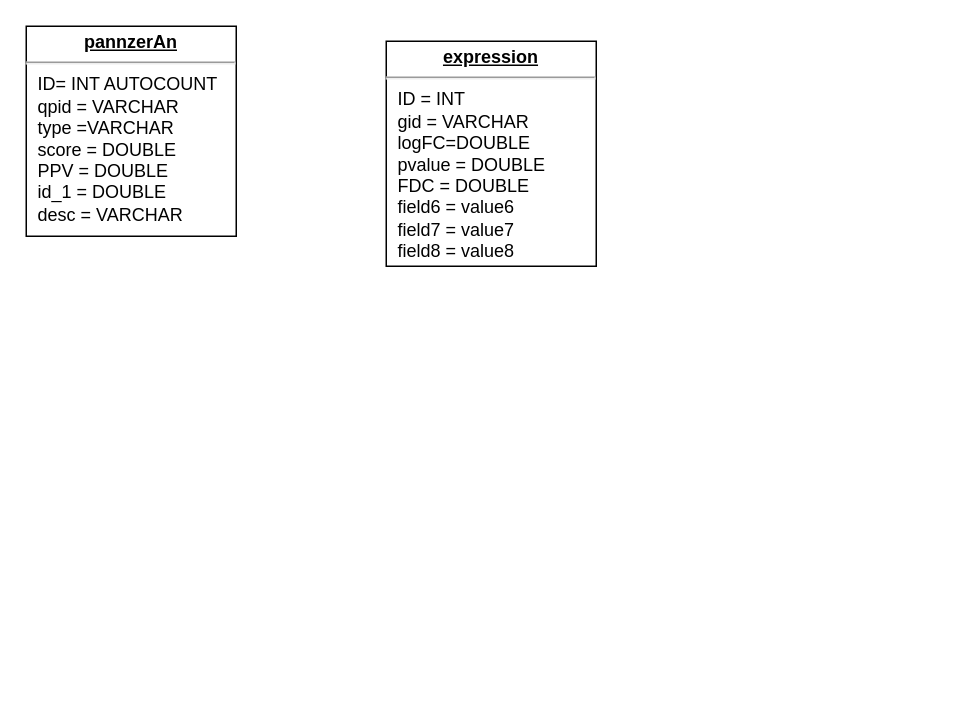
cpatarroyo/transcriptDB keeps this draw.io diagram as transcriptDB.drawio. Above is the earlier version. Source tidied: cells renumbered, new cells numbered last; positions are measured from the earlier drawing's top-left corner, leaving out a move shared by most shapes. Both pictures are drawn from the tidied source at 150%, with x=0, y=0 at pixel (26, 26).
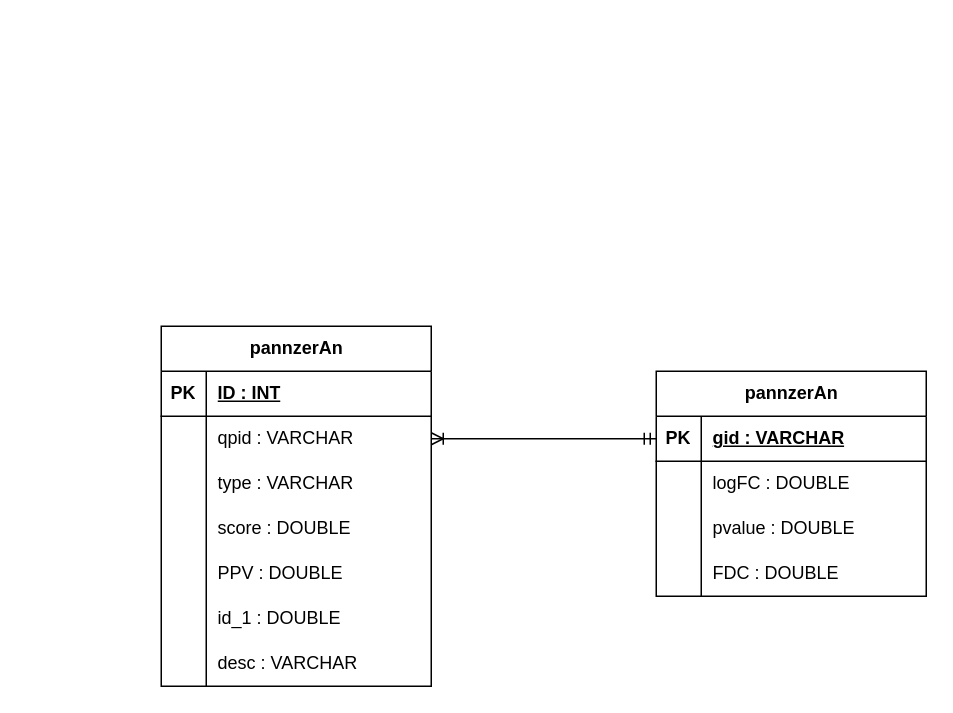
Above is the later version.

The edit, as a diff of the source:
```diff
@@
-    <mxCell id="2" value="&lt;p style=&quot;margin: 4px 0px 0px; text-align: center; text-decoration: underline;&quot;&gt;&lt;b&gt;pannzerAn&lt;/b&gt;&lt;br&gt;&lt;/p&gt;&lt;hr&gt;&lt;p style=&quot;margin: 0px ; margin-left: 8px&quot;&gt;ID= INT AUTOCOUNT&lt;br&gt;qpid = VARCHAR&lt;br&gt;type =VARCHAR&lt;/p&gt;&lt;p style=&quot;margin: 0px ; margin-left: 8px&quot;&gt;score = DOUBLE&lt;br&gt;&lt;/p&gt;&lt;p style=&quot;margin: 0px ; margin-left: 8px&quot;&gt;PPV = DOUBLE&lt;br&gt;&lt;/p&gt;&lt;p style=&quot;margin: 0px ; margin-left: 8px&quot;&gt;id_1 = DOUBLE&lt;br&gt;&lt;/p&gt;&lt;p style=&quot;margin: 0px ; margin-left: 8px&quot;&gt;desc = VARCHAR&lt;br&gt;&lt;/p&gt;" style="verticalAlign=top;align=left;overflow=fill;fontSize=12;fontFamily=Helvetica;html=1;rounded=0;shadow=0;comic=0;labelBackgroundColor=none;strokeWidth=1;" parent="1" vertex="1">
-      <mxGeometry width="140" height="140" as="geometry" />
-    </mxCell>
-    <mxCell id="3" value="&lt;p style=&quot;margin: 4px 0px 0px; text-align: center; text-decoration: underline;&quot;&gt;&lt;b&gt;expression&lt;/b&gt;&lt;br&gt;&lt;/p&gt;&lt;hr&gt;&lt;p style=&quot;margin: 0px ; margin-left: 8px&quot;&gt;ID = INT &lt;br&gt;gid = VARCHAR&lt;br&gt;logFC=DOUBLE &lt;br&gt;&lt;/p&gt;&lt;p style=&quot;margin: 0px ; margin-left: 8px&quot;&gt;pvalue = DOUBLE&lt;br&gt;&lt;/p&gt;&lt;p style=&quot;margin: 0px ; margin-left: 8px&quot;&gt;FDC = DOUBLE&lt;br&gt;&lt;/p&gt;&lt;p style=&quot;margin: 0px ; margin-left: 8px&quot;&gt;field6 = value6&lt;br&gt;&lt;/p&gt;&lt;p style=&quot;margin: 0px ; margin-left: 8px&quot;&gt;field7 = value7&lt;br&gt;&lt;/p&gt;&lt;p style=&quot;margin: 0px ; margin-left: 8px&quot;&gt;field8 = value8&lt;/p&gt;" style="verticalAlign=top;align=left;overflow=fill;fontSize=12;fontFamily=Helvetica;html=1;rounded=0;shadow=0;comic=0;labelBackgroundColor=none;strokeWidth=1;" parent="1" vertex="1">
-      <mxGeometry x="240" y="10" width="140" height="150" as="geometry" />
-    </mxCell>
+    <mxCell id="4" style="edgeStyle=entityRelationEdgeStyle;fontSize=12;html=1;endArrow=ERoneToMany;startArrow=ERmandOne;rounded=0;" parent="1" edge="1" source="28" target="9">
+      <mxGeometry relative="1" as="geometry" />
+    </mxCell>
+    <mxCell id="5" value="pannzerAn" style="shape=table;startSize=30;childLayout=tableLayout;rowLines=0;fontStyle=1;align=center;html=1;" parent="1" vertex="1">
+      <mxGeometry x="90" y="200" width="180" height="240" as="geometry" />
+    </mxCell>
+    <mxCell id="6" style="shape=tableRow;horizontal=0;startSize=0;swimlaneHead=0;swimlaneBody=0;fillColor=none;top=0;left=0;right=0;bottom=1;" parent="5" vertex="1">
+      <mxGeometry y="30" width="180" height="30" as="geometry" />
+    </mxCell>
+    <mxCell id="7" value="PK" style="shape=partialRectangle;fillColor=none;top=0;left=0;bottom=0;right=0;fontStyle=1;overflow=hidden;whiteSpace=wrap;html=1;" parent="6" vertex="1">
+      <mxGeometry width="30" height="30" as="geometry" />
+    </mxCell>
+    <mxCell id="8" value="ID : INT" style="shape=partialRectangle;fillColor=none;top=0;left=0;bottom=0;right=0;align=left;spacingLeft=6;fontStyle=5;overflow=hidden;whiteSpace=wrap;html=1;" parent="6" vertex="1">
+      <mxGeometry x="30" width="150" height="30" as="geometry" />
+    </mxCell>
+    <mxCell id="9" style="shape=tableRow;horizontal=0;startSize=0;swimlaneHead=0;swimlaneBody=0;fillColor=none;points=[[0,0.5],[1,0.5]];portConstraint=eastwest;top=0;left=0;right=0;bottom=0;" parent="5" vertex="1">
+      <mxGeometry y="60" width="180" height="30" as="geometry" />
+    </mxCell>
+    <mxCell id="10" style="shape=partialRectangle;fillColor=none;top=0;left=0;bottom=0;right=0;overflow=hidden;whiteSpace=wrap;html=1;" parent="9" vertex="1">
+      <mxGeometry width="30" height="30" as="geometry" />
+    </mxCell>
+    <mxCell id="11" value="qpid : VARCHAR" style="shape=partialRectangle;fillColor=none;top=0;left=0;bottom=0;right=0;align=left;spacingLeft=6;overflow=hidden;whiteSpace=wrap;html=1;" parent="9" vertex="1">
+      <mxGeometry x="30" width="150" height="30" as="geometry" />
+    </mxCell>
+    <mxCell id="12" style="shape=tableRow;horizontal=0;startSize=0;swimlaneHead=0;swimlaneBody=0;fillColor=none;top=0;left=0;right=0;bottom=0;" parent="5" vertex="1">
+      <mxGeometry y="90" width="180" height="30" as="geometry" />
+    </mxCell>
+    <mxCell id="13" style="shape=partialRectangle;fillColor=none;top=0;left=0;bottom=0;right=0;overflow=hidden;whiteSpace=wrap;html=1;" parent="12" vertex="1">
+      <mxGeometry width="30" height="30" as="geometry" />
+    </mxCell>
+    <mxCell id="14" value="type : VARCHAR" style="shape=partialRectangle;fillColor=none;top=0;left=0;bottom=0;right=0;align=left;spacingLeft=6;overflow=hidden;whiteSpace=wrap;html=1;" parent="12" vertex="1">
+      <mxGeometry x="30" width="150" height="30" as="geometry" />
+    </mxCell>
+    <mxCell id="15" style="shape=tableRow;horizontal=0;startSize=0;swimlaneHead=0;swimlaneBody=0;fillColor=none;top=0;left=0;right=0;bottom=0;" parent="5" vertex="1">
+      <mxGeometry y="120" width="180" height="30" as="geometry" />
+    </mxCell>
+    <mxCell id="16" style="shape=partialRectangle;fillColor=none;top=0;left=0;bottom=0;right=0;overflow=hidden;whiteSpace=wrap;html=1;" parent="15" vertex="1">
+      <mxGeometry width="30" height="30" as="geometry" />
+    </mxCell>
+    <mxCell id="17" value="score : DOUBLE" style="shape=partialRectangle;fillColor=none;top=0;left=0;bottom=0;right=0;align=left;spacingLeft=6;overflow=hidden;whiteSpace=wrap;html=1;" parent="15" vertex="1">
+      <mxGeometry x="30" width="150" height="30" as="geometry" />
+    </mxCell>
+    <mxCell id="18" style="shape=tableRow;horizontal=0;startSize=0;swimlaneHead=0;swimlaneBody=0;fillColor=none;top=0;left=0;right=0;bottom=0;" parent="5" vertex="1">
+      <mxGeometry y="150" width="180" height="30" as="geometry" />
+    </mxCell>
+    <mxCell id="19" style="shape=partialRectangle;fillColor=none;top=0;left=0;bottom=0;right=0;overflow=hidden;whiteSpace=wrap;html=1;" parent="18" vertex="1">
+      <mxGeometry width="30" height="30" as="geometry" />
+    </mxCell>
+    <mxCell id="20" value="PPV : DOUBLE" style="shape=partialRectangle;fillColor=none;top=0;left=0;bottom=0;right=0;align=left;spacingLeft=6;overflow=hidden;whiteSpace=wrap;html=1;" parent="18" vertex="1">
+      <mxGeometry x="30" width="150" height="30" as="geometry" />
+    </mxCell>
+    <mxCell id="21" style="shape=tableRow;horizontal=0;startSize=0;swimlaneHead=0;swimlaneBody=0;fillColor=none;top=0;left=0;right=0;bottom=0;" parent="5" vertex="1">
+      <mxGeometry y="180" width="180" height="30" as="geometry" />
+    </mxCell>
+    <mxCell id="22" style="shape=partialRectangle;fillColor=none;top=0;left=0;bottom=0;right=0;overflow=hidden;whiteSpace=wrap;html=1;" parent="21" vertex="1">
+      <mxGeometry width="30" height="30" as="geometry" />
+    </mxCell>
+    <mxCell id="23" value="id_1 : DOUBLE" style="shape=partialRectangle;fillColor=none;top=0;left=0;bottom=0;right=0;align=left;spacingLeft=6;overflow=hidden;whiteSpace=wrap;html=1;" parent="21" vertex="1">
+      <mxGeometry x="30" width="150" height="30" as="geometry" />
+    </mxCell>
+    <mxCell id="24" style="shape=tableRow;horizontal=0;startSize=0;swimlaneHead=0;swimlaneBody=0;fillColor=none;top=0;left=0;right=0;bottom=0;" parent="5" vertex="1">
+      <mxGeometry y="210" width="180" height="30" as="geometry" />
+    </mxCell>
+    <mxCell id="25" style="shape=partialRectangle;fillColor=none;top=0;left=0;bottom=0;right=0;overflow=hidden;whiteSpace=wrap;html=1;" parent="24" vertex="1">
+      <mxGeometry width="30" height="30" as="geometry" />
+    </mxCell>
+    <mxCell id="26" value="desc : VARCHAR" style="shape=partialRectangle;fillColor=none;top=0;left=0;bottom=0;right=0;align=left;spacingLeft=6;overflow=hidden;whiteSpace=wrap;html=1;" parent="24" vertex="1">
+      <mxGeometry x="30" width="150" height="30" as="geometry" />
+    </mxCell>
+    <mxCell id="27" value="pannzerAn" style="shape=table;startSize=30;childLayout=tableLayout;rowLines=0;fontStyle=1;align=center;html=1;" parent="1" vertex="1">
+      <mxGeometry x="420" y="230" width="180" height="150" as="geometry" />
+    </mxCell>
+    <mxCell id="28" style="shape=tableRow;horizontal=0;startSize=0;swimlaneHead=0;swimlaneBody=0;fillColor=none;points=[[0,0.5],[1,0.5]];portConstraint=eastwest;top=0;left=0;right=0;bottom=1;" parent="27" vertex="1">
+      <mxGeometry y="30" width="180" height="30" as="geometry" />
+    </mxCell>
+    <mxCell id="29" value="PK" style="shape=partialRectangle;fillColor=none;top=0;left=0;bottom=0;right=0;fontStyle=1;overflow=hidden;whiteSpace=wrap;html=1;" parent="28" vertex="1">
+      <mxGeometry width="30" height="30" as="geometry" />
+    </mxCell>
+    <mxCell id="30" value="gid : VARCHAR" style="shape=partialRectangle;fillColor=none;top=0;left=0;bottom=0;right=0;align=left;spacingLeft=6;fontStyle=5;overflow=hidden;whiteSpace=wrap;html=1;" parent="28" vertex="1">
+      <mxGeometry x="30" width="150" height="30" as="geometry" />
+    </mxCell>
+    <mxCell id="31" style="shape=tableRow;horizontal=0;startSize=0;swimlaneHead=0;swimlaneBody=0;fillColor=none;top=0;left=0;right=0;bottom=0;" parent="27" vertex="1">
+      <mxGeometry y="60" width="180" height="30" as="geometry" />
+    </mxCell>
+    <mxCell id="32" style="shape=partialRectangle;fillColor=none;top=0;left=0;bottom=0;right=0;overflow=hidden;whiteSpace=wrap;html=1;" parent="31" vertex="1">
+      <mxGeometry width="30" height="30" as="geometry" />
+    </mxCell>
+    <mxCell id="33" value="logFC : DOUBLE" style="shape=partialRectangle;fillColor=none;top=0;left=0;bottom=0;right=0;align=left;spacingLeft=6;overflow=hidden;whiteSpace=wrap;html=1;" parent="31" vertex="1">
+      <mxGeometry x="30" width="150" height="30" as="geometry" />
+    </mxCell>
+    <mxCell id="34" style="shape=tableRow;horizontal=0;startSize=0;swimlaneHead=0;swimlaneBody=0;fillColor=none;top=0;left=0;right=0;bottom=0;" parent="27" vertex="1">
+      <mxGeometry y="90" width="180" height="30" as="geometry" />
+    </mxCell>
+    <mxCell id="35" style="shape=partialRectangle;fillColor=none;top=0;left=0;bottom=0;right=0;overflow=hidden;whiteSpace=wrap;html=1;" parent="34" vertex="1">
+      <mxGeometry width="30" height="30" as="geometry" />
+    </mxCell>
+    <mxCell id="36" value="pvalue : DOUBLE" style="shape=partialRectangle;fillColor=none;top=0;left=0;bottom=0;right=0;align=left;spacingLeft=6;overflow=hidden;whiteSpace=wrap;html=1;" parent="34" vertex="1">
+      <mxGeometry x="30" width="150" height="30" as="geometry" />
+    </mxCell>
+    <mxCell id="37" style="shape=tableRow;horizontal=0;startSize=0;swimlaneHead=0;swimlaneBody=0;fillColor=none;top=0;left=0;right=0;bottom=0;" parent="27" vertex="1">
+      <mxGeometry y="120" width="180" height="30" as="geometry" />
+    </mxCell>
+    <mxCell id="38" style="shape=partialRectangle;fillColor=none;top=0;left=0;bottom=0;right=0;overflow=hidden;whiteSpace=wrap;html=1;" parent="37" vertex="1">
+      <mxGeometry width="30" height="30" as="geometry" />
+    </mxCell>
+    <mxCell id="39" value="FDC : DOUBLE" style="shape=partialRectangle;fillColor=none;top=0;left=0;bottom=0;right=0;align=left;spacingLeft=6;overflow=hidden;whiteSpace=wrap;html=1;" parent="37" vertex="1">
+      <mxGeometry x="30" width="150" height="30" as="geometry" />
+    </mxCell>
```
